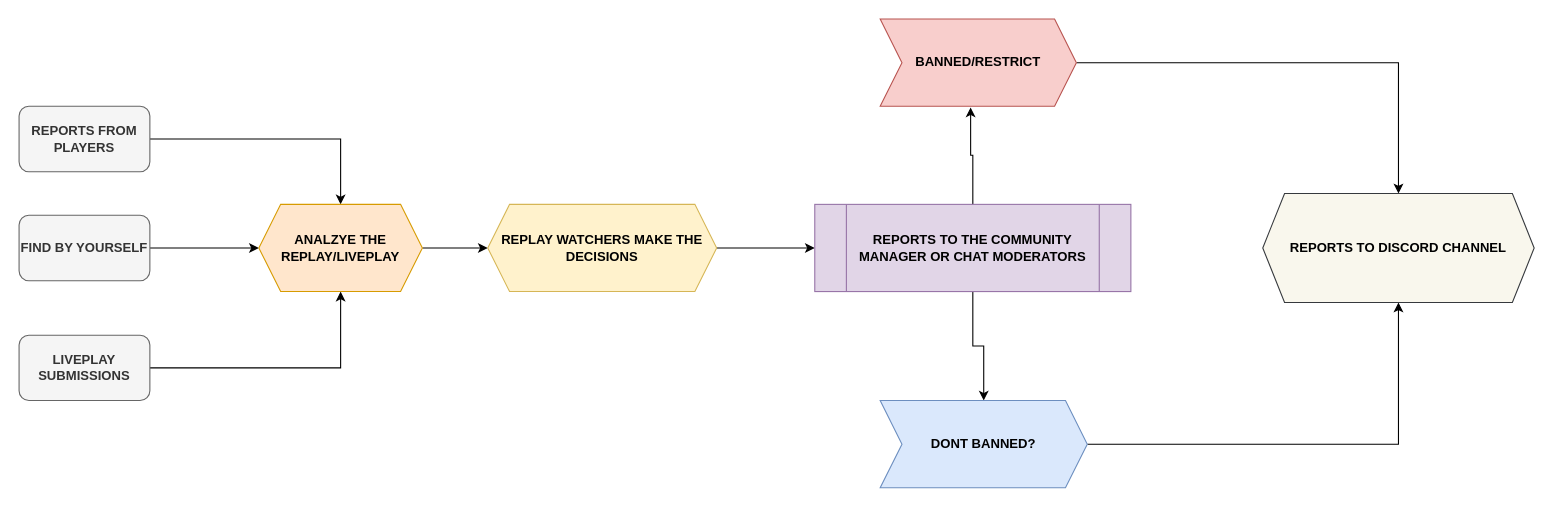
The draw.io diagram Untitled Diagram.drawio in troke12/mikrotik, before the edit. Source tidied: cells renumbered, new cells numbered last; positions are measured from the earlier drawing's top-left corner, leaving out a move shared by most shapes. Both pictures are drawn from the tidied source at 109%, with x=0, y=0 at pixel (19, 19).
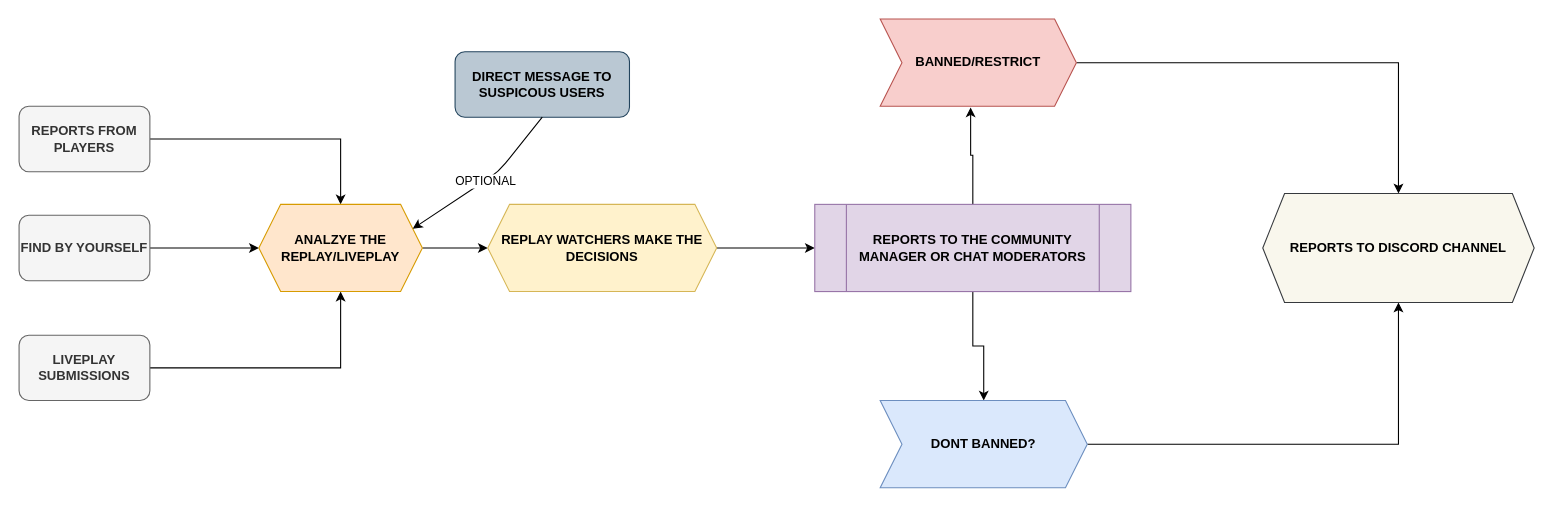
After the change.

The change refers to these unchanged cells:
```xml
<mxCell id="9" value="ANALZYE THE REPLAY/LIVEPLAY" style="shape=hexagon;perimeter=hexagonPerimeter2;whiteSpace=wrap;html=1;fixedSize=1;fontStyle=1;fillColor=#ffe6cc;strokeColor=#d79b00;" parent="1" vertex="1">
  <mxGeometry x="220" y="170" width="150" height="80" as="geometry" />
</mxCell>
```

Diff of the diagram source:
```diff
@@
+    <mxCell id="20" value="DIRECT MESSAGE TO SUSPICOUS USERS" style="rounded=1;whiteSpace=wrap;html=1;fillColor=#bac8d3;strokeColor=#23445d;fontStyle=1;" parent="1" vertex="1">
+      <mxGeometry x="400" y="30" width="160" height="60" as="geometry" />
+    </mxCell>
+    <mxCell id="21" style="endArrow=classic;html=1;exitX=0.5;exitY=1;exitDx=0;exitDy=0;entryX=1;entryY=0.25;entryDx=0;entryDy=0;" parent="1" edge="1" source="20" target="9">
+      <mxGeometry relative="1" as="geometry">
+        <Array as="points">
+          <mxPoint x="440" y="140" />
+        </Array>
+      </mxGeometry>
+    </mxCell>
+    <mxCell id="22" value="OPTIONAL" style="edgeLabel;html=1;align=center;verticalAlign=middle;" parent="21" vertex="1">
+      <mxGeometry relative="1" as="geometry" />
+    </mxCell>
```
